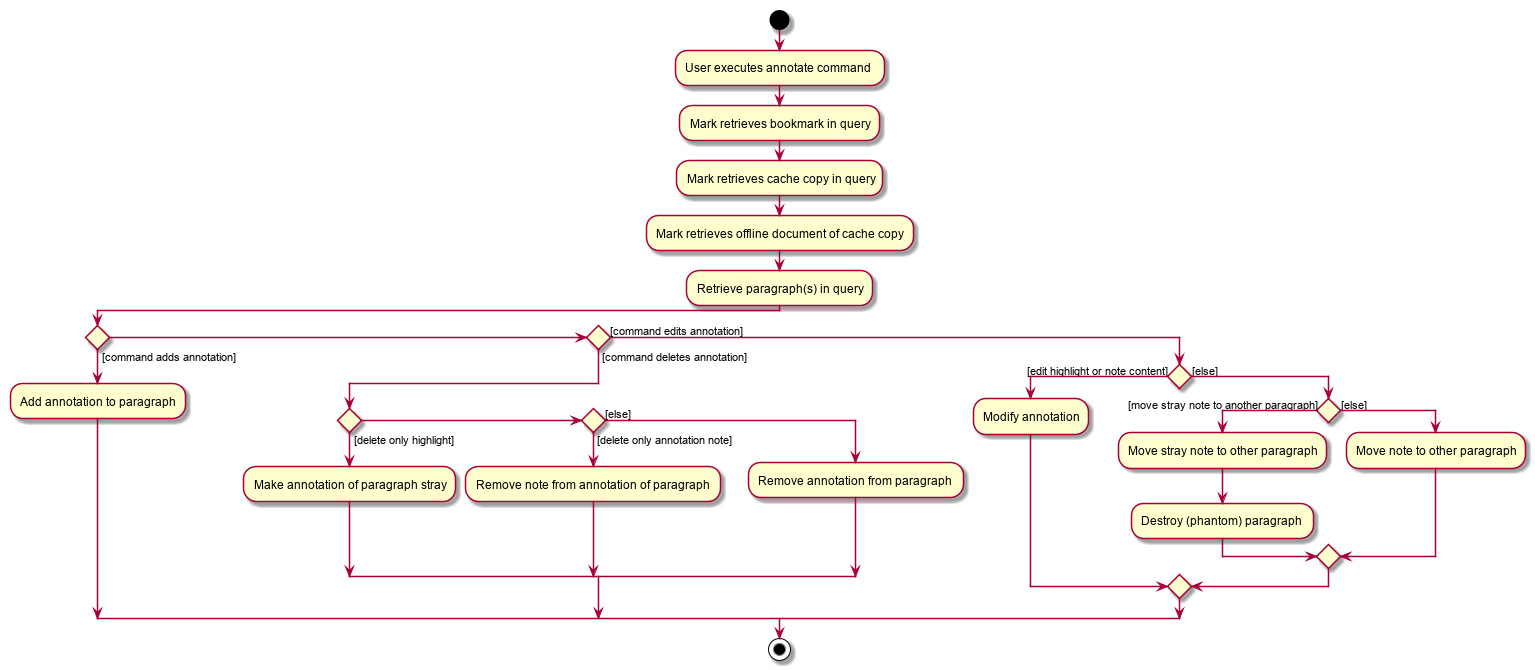
Above: docs/images/AnnotationActivityDiagram.png in nus-cs2103-AY1920S1/addressbook-level3 (PlantUML), before the change. Source of this version:
```plantuml
@startuml
start
:User executes annotate command;
:Mark retrieves bookmark in query;
:Mark retrieves cache copy in query;
:Mark retrieves offline document of cache copy;


:Retrieve paragraph(s) in query;
if () then ([command adds annotation])
    :Add annotation to paragraph;
else if () then ([command deletes annotation])
    if () then ([delete only highlight])
        :Make annotation of paragraph stray;
    else if () then ([delete only annotation note])
        :Remove note from annotation of paragraph;
    else ([else])
        :Remove annotation from paragraph;
    endif
else ([command edits annotation])
    if () then ([edit highlight or note content])
        :Modify annotation;
    else ([else])
        if () then ([move stray note to another paragraph])
            :Move stray note to other paragraph;
            :Destroy (phantom) paragraph;
        else ([else])
            :Move note to other paragraph;
        endif
    endif
endif
stop
@enduml
```
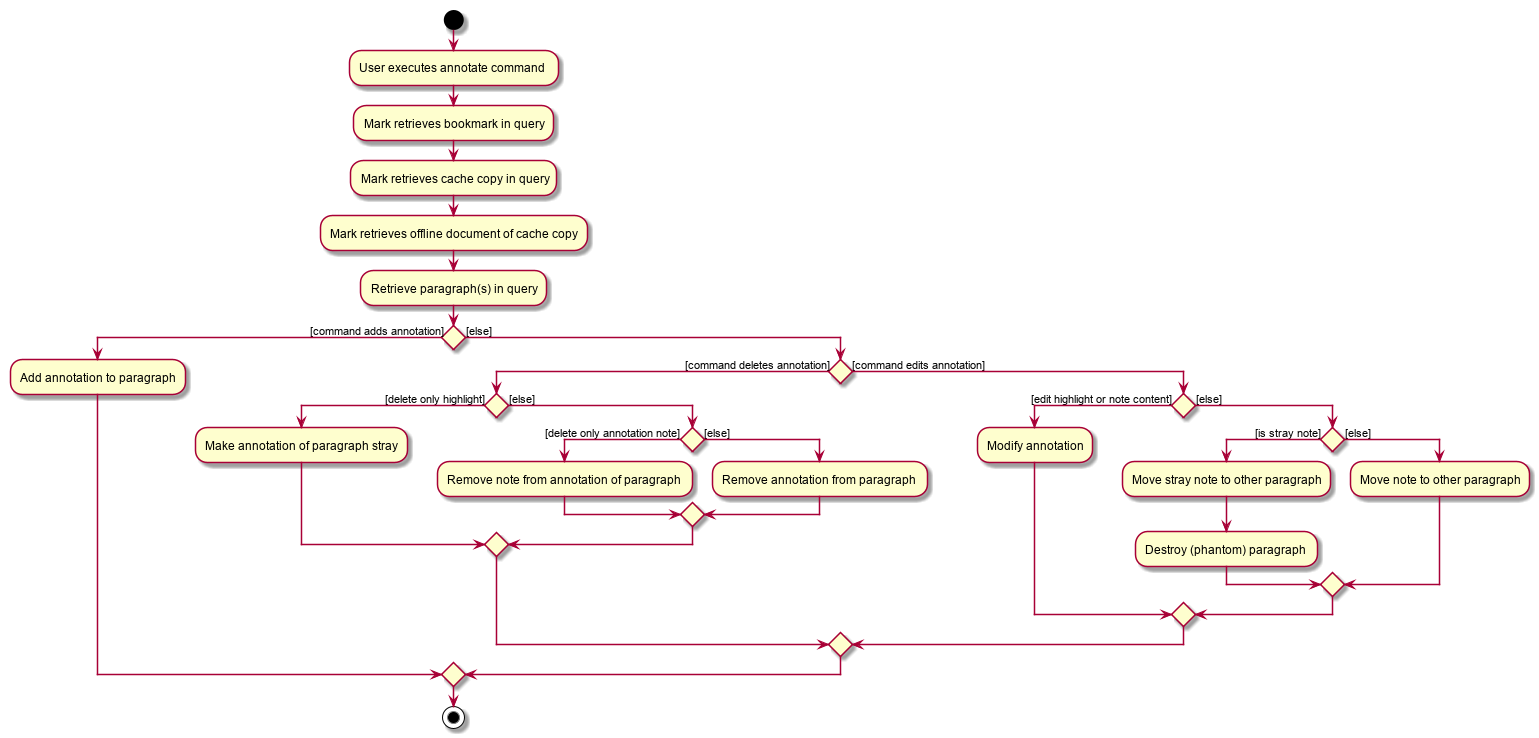
The same file after the commit.

Commit message:
Update activity diagram for annotation

Diff of the diagram source:
```diff
@@ -9,23 +9,27 @@
 :Retrieve paragraph(s) in query;
 if () then ([command adds annotation])
     :Add annotation to paragraph;
-else if () then ([command deletes annotation])
-    if () then ([delete only highlight])
-        :Make annotation of paragraph stray;
-    else if () then ([delete only annotation note])
-        :Remove note from annotation of paragraph;
-    else ([else])
-        :Remove annotation from paragraph;
-    endif
-else ([command edits annotation])
-    if () then ([edit highlight or note content])
-        :Modify annotation;
-    else ([else])
-        if () then ([move stray note to another paragraph])
-            :Move stray note to other paragraph;
-            :Destroy (phantom) paragraph;
+else ([else])
+    if () then ([command deletes annotation])
+        if () then ([delete only highlight])
+            :Make annotation of paragraph stray;
         else ([else])
-            :Move note to other paragraph;
+            if () then ([delete only annotation note])
+                :Remove note from annotation of paragraph;
+            else ([else])
+                :Remove annotation from paragraph;
+            endif
+        endif
+    else ([command edits annotation])
+        if () then ([edit highlight or note content])
+            :Modify annotation;
+        else ([else])
+            if () then ([is stray note])
+                :Move stray note to other paragraph;
+                :Destroy (phantom) paragraph;
+            else ([else])
+                :Move note to other paragraph;
+            endif
         endif
     endif
 endif
```
